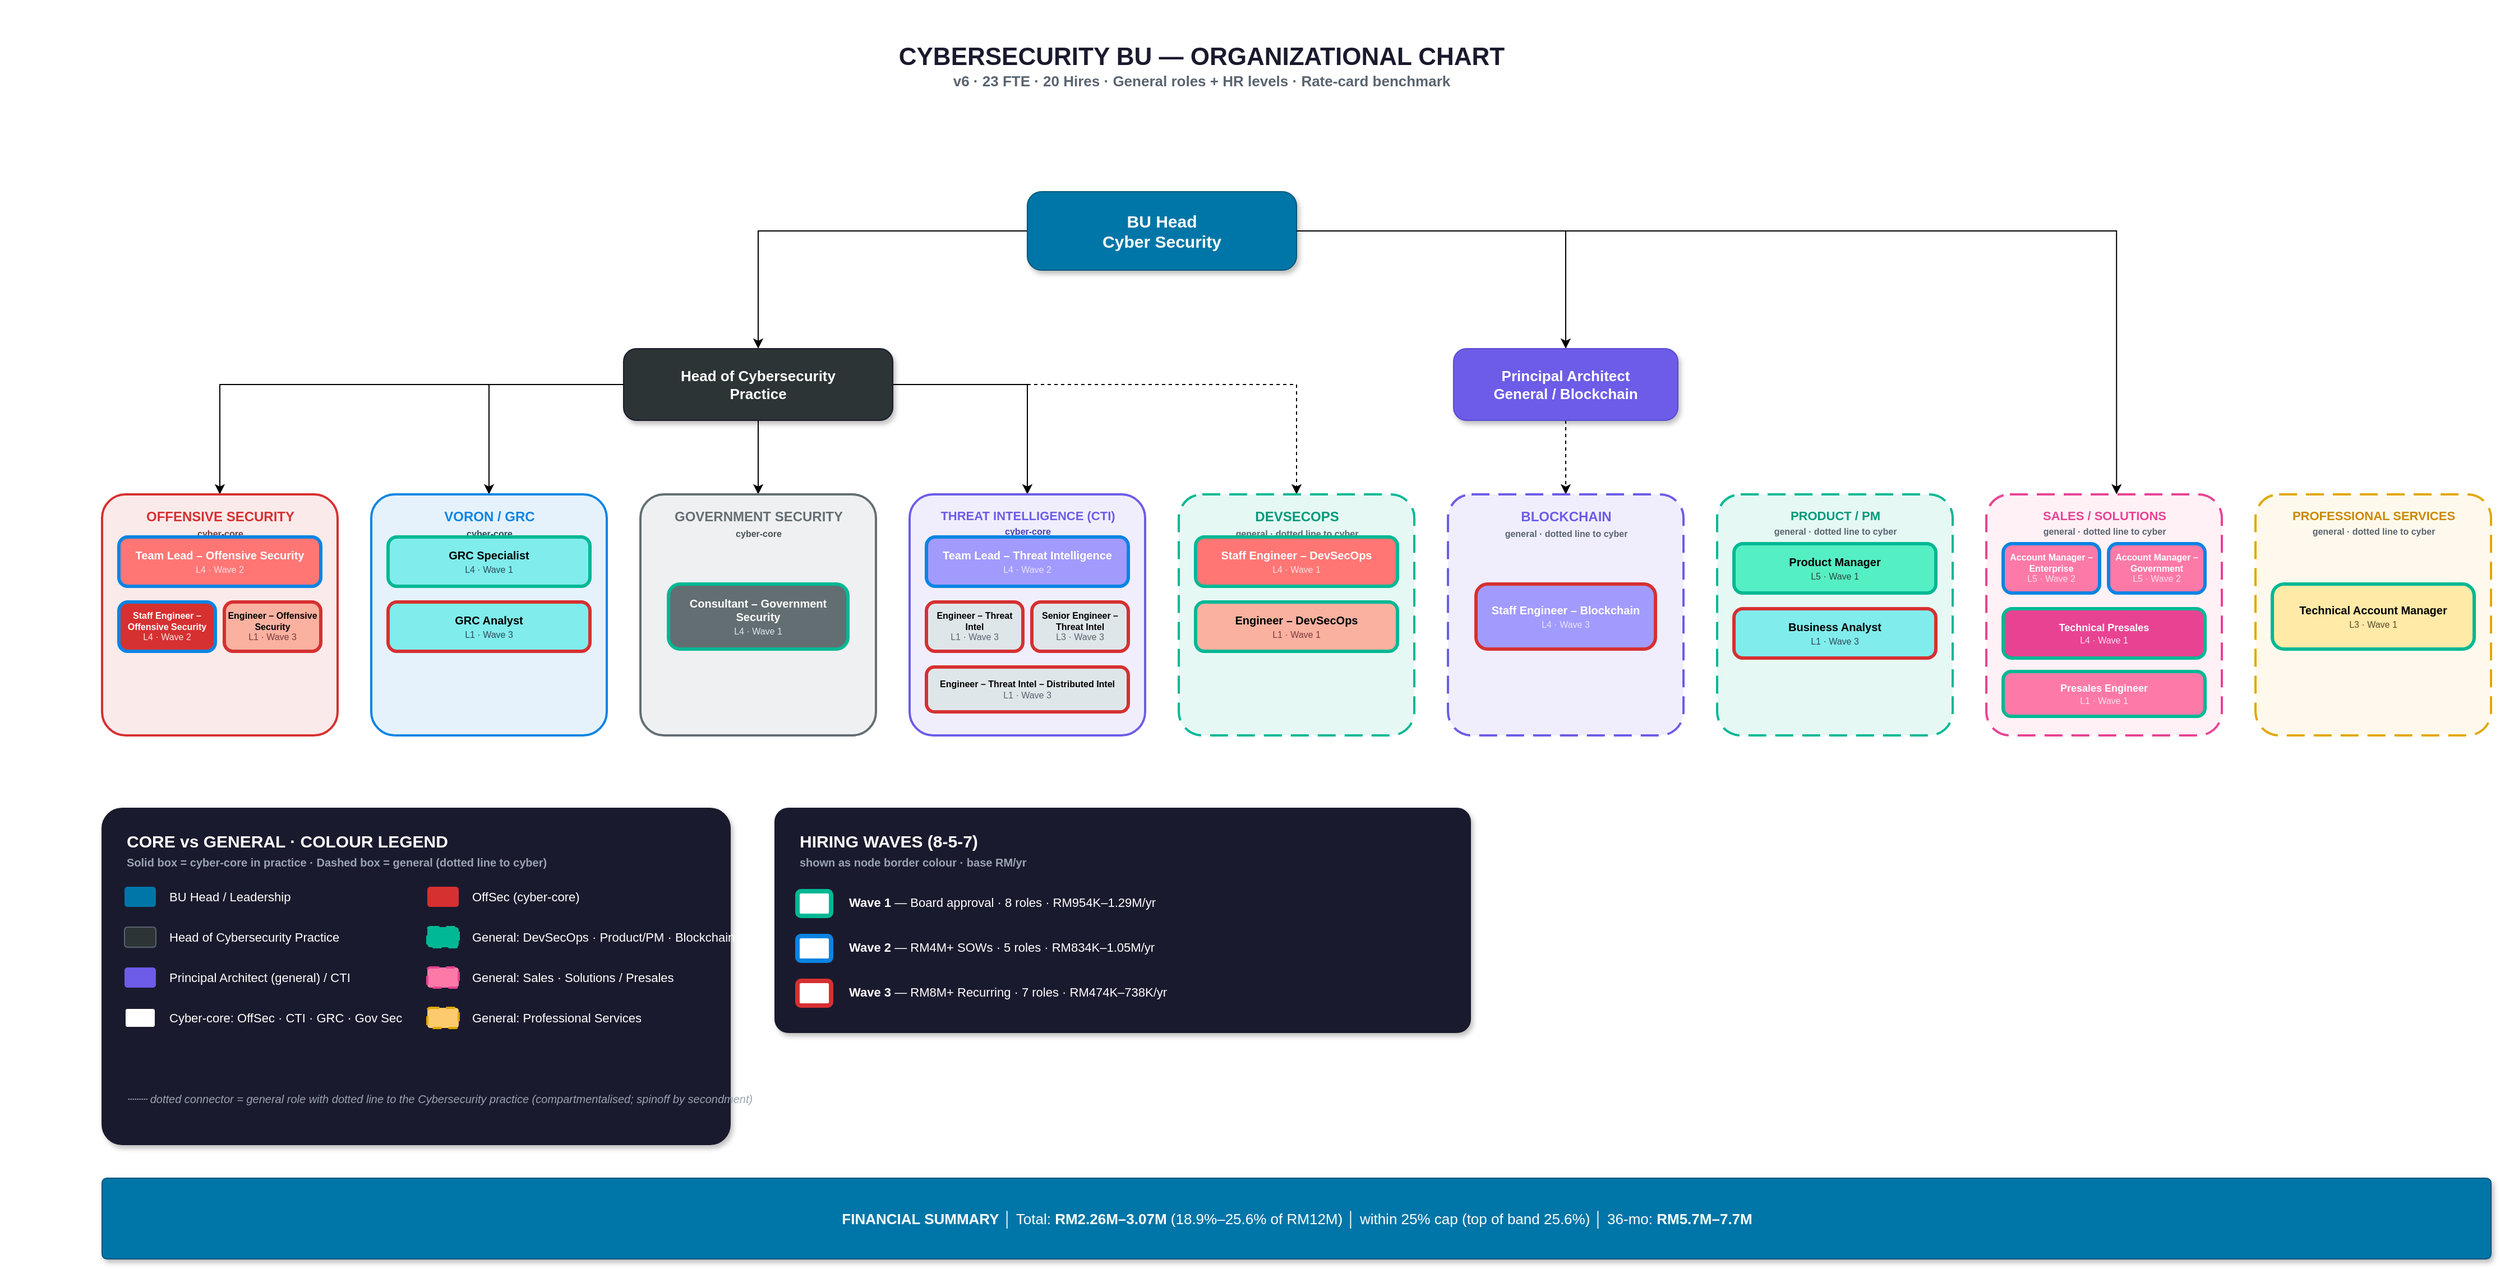
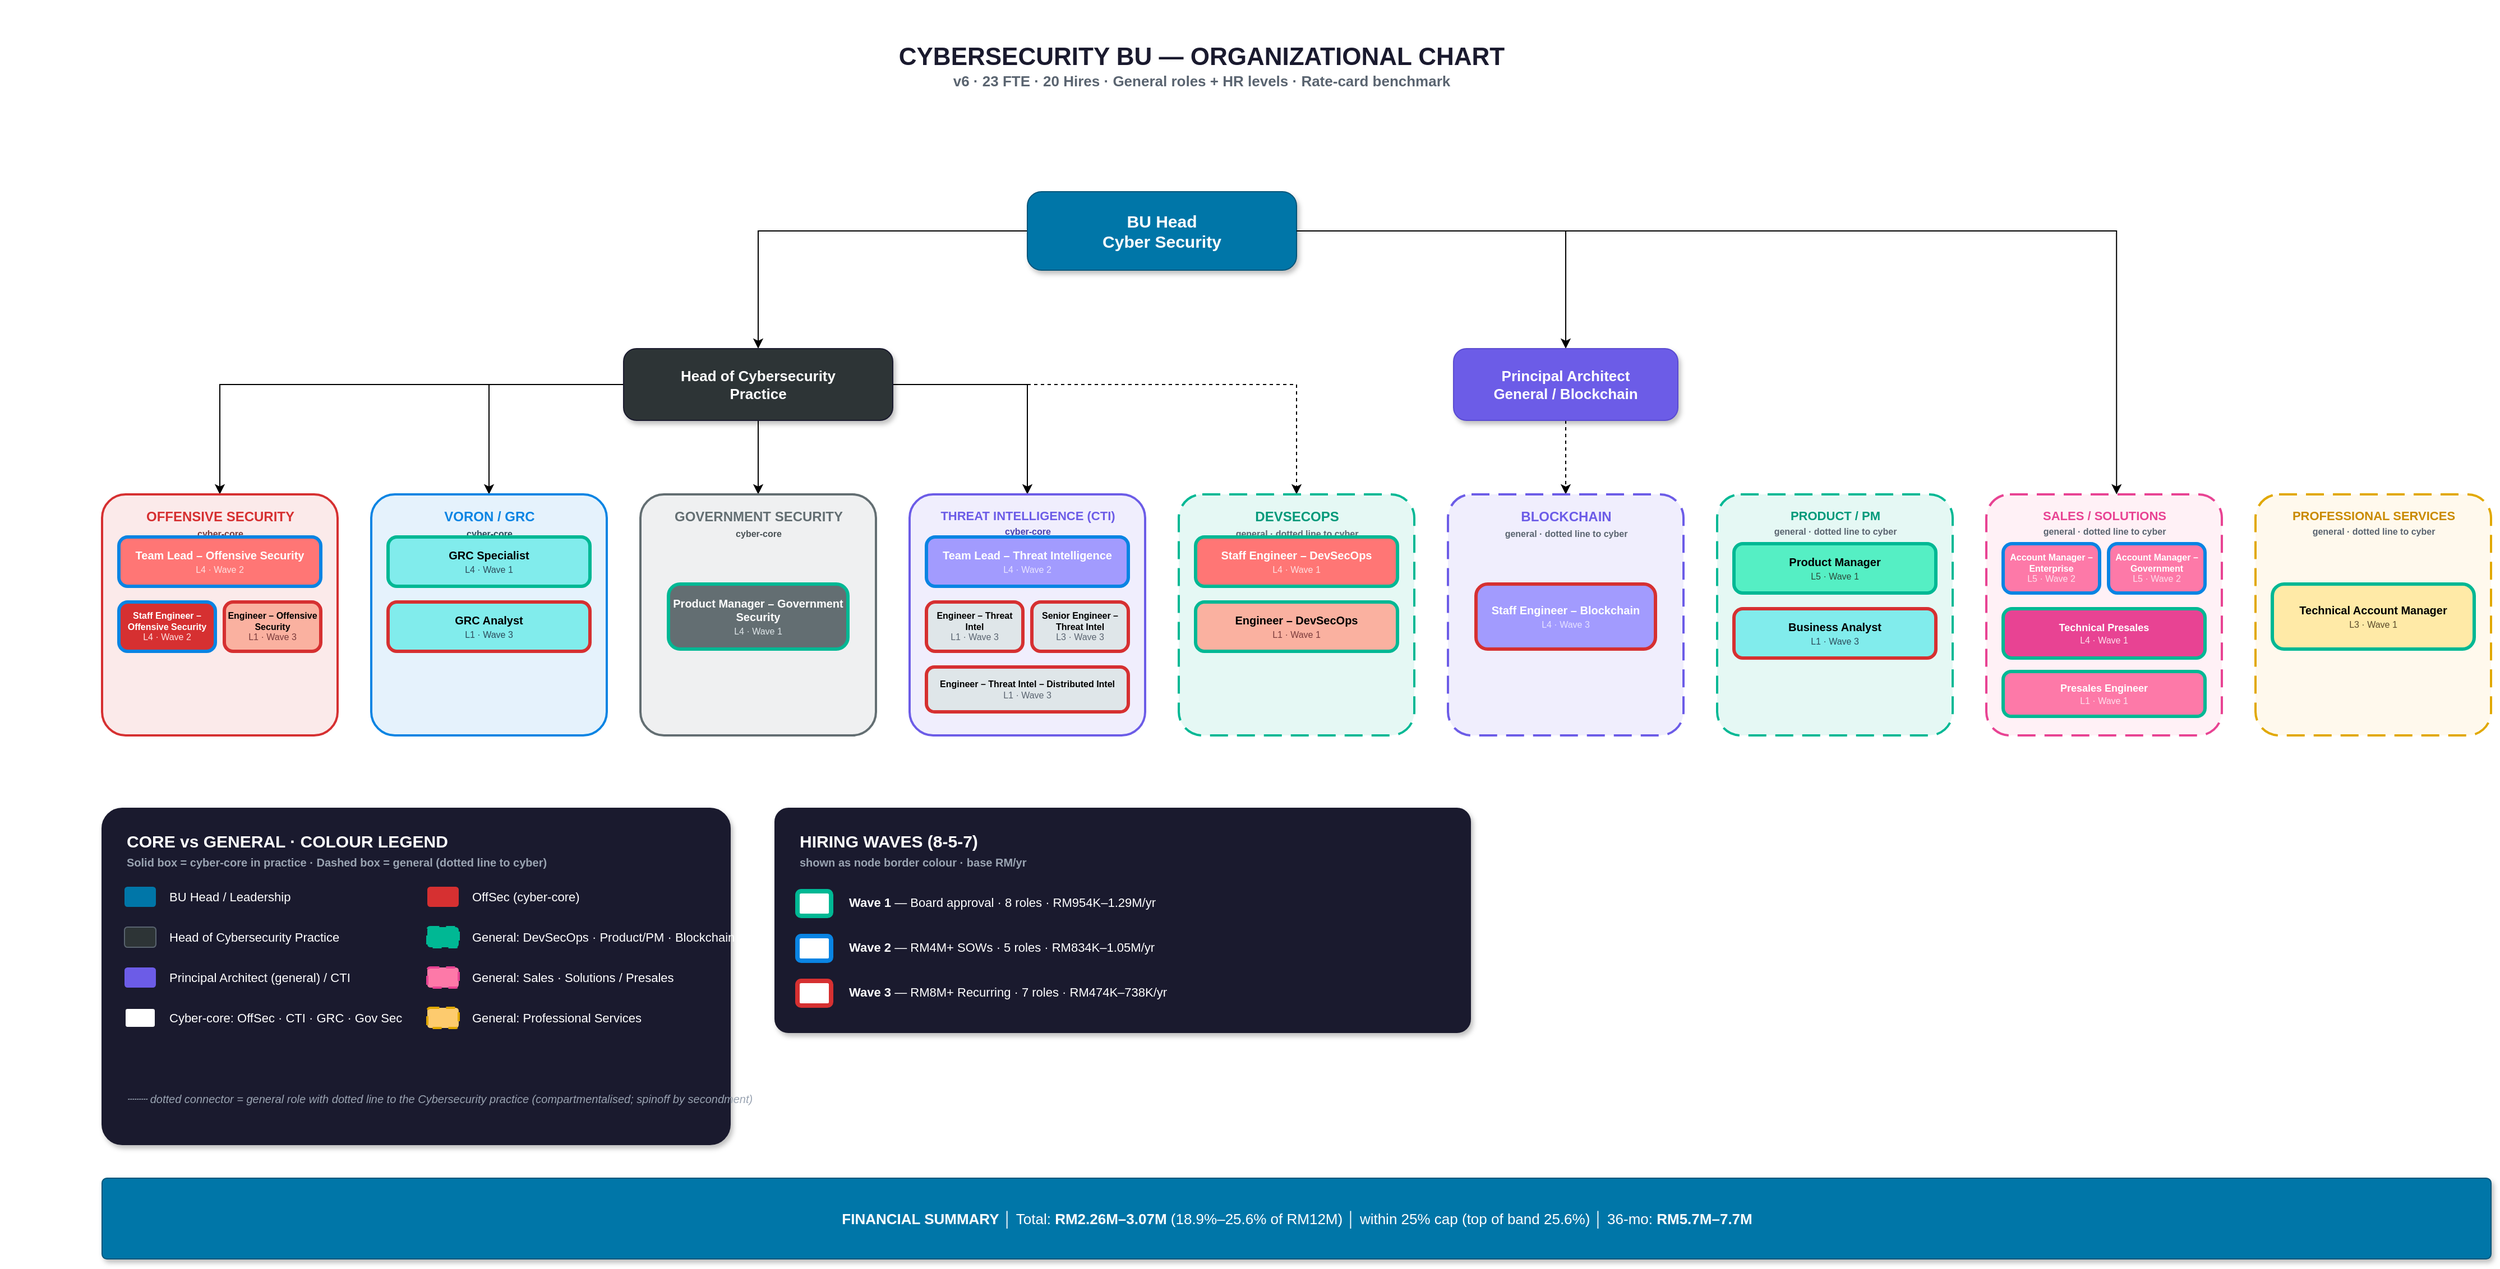
<mxfile host="app.diagrams.net" agent="5.0">
  <diagram id="CySec-BU-OrgChart" name="CySec BU Structure">
    <mxGraphModel dx="99905" dy="56303" grid="1" gridSize="10" guides="1" tooltips="1" connect="1" arrows="1" fold="1" page="1" pageScale="1" pageWidth="2350" pageHeight="1180" math="0" shadow="0">
      <root>
        <mxCell id="0" />
        <mxCell id="1" parent="0" />
        <mxCell id="title" parent="1" style="text;html=1;align=center;verticalAlign=middle;resizable=0;points=[];strokeColor=none;fillColor=none;fontSize=14;fontStyle=1;fontColor=#1a1a2e;" value="&lt;b style=&quot;font-size:22px;&quot;&gt;CYBERSECURITY BU — ORGANIZATIONAL CHART&lt;/b&gt;&lt;br&gt;&lt;font style=&quot;font-size:13px;color:#5a6470;&quot;&gt;v6  ·  23 FTE  ·  20 Hires  ·  General roles + HR levels  ·  Rate-card benchmark&lt;/font&gt;" vertex="1">
          <mxGeometry height="56" width="720" x="700" y="20" as="geometry" />
        </mxCell>
        <mxCell id="Z_cIRzkNHb6JCueCwrIl-6" edge="1" parent="1" source="bu_head" style="edgeStyle=orthogonalEdgeStyle;rounded=0;orthogonalLoop=1;jettySize=auto;html=1;" target="prin_cyber">
          <mxGeometry relative="1" as="geometry" />
        </mxCell>
        <mxCell id="Z_cIRzkNHb6JCueCwrIl-7" edge="1" parent="1" source="bu_head" style="edgeStyle=orthogonalEdgeStyle;rounded=0;orthogonalLoop=1;jettySize=auto;html=1;entryX=0.5;entryY=0;entryDx=0;entryDy=0;" target="prin_blockchain">
          <mxGeometry relative="1" as="geometry" />
        </mxCell>
        <mxCell id="bu_head" parent="1" style="rounded=1;whiteSpace=wrap;html=1;fillColor=#0076a8;fontColor=#ffffff;strokeColor=#00557a;fontSize=15;fontStyle=1;arcSize=18;shadow=1;" value="&lt;b&gt;BU Head&lt;/b&gt;&lt;br&gt;Cyber Security" vertex="1">
          <mxGeometry height="70" width="240" x="905" y="160" as="geometry" />
        </mxCell>
        <mxCell id="Z_cIRzkNHb6JCueCwrIl-3" edge="1" parent="1" source="prin_cyber" style="edgeStyle=orthogonalEdgeStyle;rounded=0;orthogonalLoop=1;jettySize=auto;html=1;exitX=0.5;exitY=1;exitDx=0;exitDy=0;entryX=0.5;entryY=0;entryDx=0;entryDy=0;" target="govsec_box">
          <mxGeometry relative="1" as="geometry" />
        </mxCell>
        <mxCell id="Z_cIRzkNHb6JCueCwrIl-4" edge="1" parent="1" source="prin_cyber" style="edgeStyle=orthogonalEdgeStyle;rounded=0;orthogonalLoop=1;jettySize=auto;html=1;entryX=0.5;entryY=0;entryDx=0;entryDy=0;dashed=1;" target="devsecops_box">
          <mxGeometry relative="1" as="geometry" />
        </mxCell>
        <mxCell id="Z_cIRzkNHb6JCueCwrIl-8" edge="1" parent="1" source="prin_cyber" style="edgeStyle=orthogonalEdgeStyle;rounded=0;orthogonalLoop=1;jettySize=auto;html=1;entryX=0.5;entryY=0;entryDx=0;entryDy=0;" target="cti_box">
          <mxGeometry relative="1" as="geometry" />
        </mxCell>
        <mxCell id="Z_cIRzkNHb6JCueCwrIl-9" edge="1" parent="1" source="prin_cyber" style="edgeStyle=orthogonalEdgeStyle;rounded=0;orthogonalLoop=1;jettySize=auto;html=1;entryX=0.5;entryY=0;entryDx=0;entryDy=0;" target="offsec_box">
          <mxGeometry relative="1" as="geometry" />
        </mxCell>
        <mxCell id="Z_cIRzkNHb6JCueCwrIl-10" edge="1" parent="1" source="prin_cyber" style="edgeStyle=orthogonalEdgeStyle;rounded=0;orthogonalLoop=1;jettySize=auto;html=1;entryX=0.5;entryY=0;entryDx=0;entryDy=0;" target="voron_box">
          <mxGeometry relative="1" as="geometry" />
        </mxCell>
        <mxCell id="prin_cyber" parent="1" style="rounded=1;whiteSpace=wrap;html=1;fillColor=#2d3436;fontColor=#ffffff;strokeColor=#1a1a2e;fontSize=13;fontStyle=1;arcSize=18;shadow=1;" value="&lt;b&gt;Head of Cybersecurity&lt;/b&gt;&lt;br&gt;Practice" vertex="1">
          <mxGeometry height="64" width="240" x="545" y="300" as="geometry" />
        </mxCell>
        <mxCell id="Z_cIRzkNHb6JCueCwrIl-11" edge="1" parent="1" source="prin_blockchain" style="edgeStyle=orthogonalEdgeStyle;rounded=0;orthogonalLoop=1;jettySize=auto;html=1;entryX=0.5;entryY=0;entryDx=0;entryDy=0;dashed=1;" target="blockchain_box">
          <mxGeometry relative="1" as="geometry" />
        </mxCell>
        <mxCell id="prin_blockchain" parent="1" style="rounded=1;whiteSpace=wrap;html=1;fillColor=#6c5ce7;fontColor=#ffffff;strokeColor=#5a4bd1;fontSize=13;fontStyle=1;arcSize=18;shadow=1;" value="&lt;b&gt;Principal Architect&lt;/b&gt;&lt;br&gt;General / Blockchain" vertex="1">
          <mxGeometry height="64" width="200" x="1285" y="300" as="geometry" />
        </mxCell>
        <mxCell id="line_bu_prin1" edge="1" parent="1" source="bu_head" style="edgeStyle=orthogonalEdgeStyle;rounded=1;html=1;exitX=0.5;exitY=1;entryX=0.5;entryY=0;strokeColor=#0076a8;strokeWidth=2.5;endArrow=block;endFill=1;endSize=8;" target="prin_cyber" />
        <mxCell id="line_bu_prin2" edge="1" parent="1" source="bu_head" style="edgeStyle=orthogonalEdgeStyle;rounded=1;html=1;exitX=0.5;exitY=1;entryX=0.5;entryY=0;strokeColor=#0076a8;strokeWidth=2.5;endArrow=block;endFill=1;endSize=8;" target="prin_blockchain" />
        <mxCell id="offsec_box" parent="1" style="rounded=1;whiteSpace=wrap;html=1;fillColor=#d63031;fillOpacity=10;strokeColor=#d63031;strokeWidth=2;arcSize=10;" value="" vertex="1">
          <mxGeometry height="215" width="210" x="80" y="430" as="geometry" />
        </mxCell>
        <mxCell id="offsec_label" parent="1" style="text;html=1;align=center;verticalAlign=top;resizable=0;points=[];strokeColor=none;fillColor=none;fontSize=12;fontStyle=1;fontColor=#d63031;" value="&lt;b&gt;OFFENSIVE SECURITY&lt;/b&gt;&lt;br&gt;&lt;font style=&quot;font-size:8px;color:#7a3b3b;&quot;&gt;cyber-core&lt;/font&gt;" vertex="1">
          <mxGeometry height="28" width="190" x="90" y="436" as="geometry" />
        </mxCell>
        <mxCell id="lead_researcher" parent="1" style="rounded=1;whiteSpace=wrap;html=1;fillColor=#ff7675;fontColor=#ffffff;strokeColor=#0984e3;strokeWidth=3;fontSize=10;arcSize=18;" value="&lt;b&gt;Team Lead – Offensive Security&lt;/b&gt;&lt;br&gt;&lt;font style=&quot;font-size:8px;color:#fde0e0;&quot;&gt;L4 · Wave 2&lt;/font&gt;" vertex="1">
          <mxGeometry height="44" width="180" x="95" y="468" as="geometry" />
        </mxCell>
        <mxCell id="red_team" parent="1" style="rounded=1;whiteSpace=wrap;html=1;fillColor=#d63031;fontColor=#ffffff;strokeColor=#0984e3;strokeWidth=3;fontSize=8;arcSize=18;" value="&lt;b&gt;Staff Engineer – Offensive Security&lt;/b&gt;&lt;br&gt;&lt;font style=&quot;font-size:8px;color:#fde0e0;&quot;&gt;L4 · Wave 2&lt;/font&gt;" vertex="1">
          <mxGeometry height="44" width="86" x="95" y="526" as="geometry" />
        </mxCell>
        <mxCell id="jr_researcher" parent="1" style="rounded=1;whiteSpace=wrap;html=1;fillColor=#fab1a0;fontColor=#000000;strokeColor=#d63031;strokeWidth=3;fontSize=8;arcSize=18;" value="&lt;b&gt;Engineer – Offensive Security&lt;/b&gt;&lt;br&gt;&lt;font style=&quot;font-size:8px;color:#7a3b3b;&quot;&gt;L1 · Wave 3&lt;/font&gt;" vertex="1">
          <mxGeometry height="44" width="86" x="189" y="526" as="geometry" />
        </mxCell>
        <mxCell id="line_lr_rt" edge="1" parent="1" source="lead_researcher" style="edgeStyle=orthogonalEdgeStyle;rounded=1;html=1;exitX=0.5;exitY=1;entryX=0.5;entryY=0;strokeColor=#d63031;strokeWidth=1.5;endArrow=none;" target="red_team" />
        <mxCell id="line_lr_jr" edge="1" parent="1" source="lead_researcher" style="edgeStyle=orthogonalEdgeStyle;rounded=1;html=1;exitX=0.5;exitY=1;entryX=0.5;entryY=0;strokeColor=#d63031;strokeWidth=1.5;endArrow=none;" target="jr_researcher" />
        <mxCell id="voron_box" parent="1" style="rounded=1;whiteSpace=wrap;html=1;fillColor=#0984e3;fillOpacity=10;strokeColor=#0984e3;strokeWidth=2;arcSize=10;" value="" vertex="1">
          <mxGeometry height="215" width="210" x="320" y="430" as="geometry" />
        </mxCell>
        <mxCell id="voron_label" parent="1" style="text;html=1;align=center;verticalAlign=top;resizable=0;points=[];strokeColor=none;fillColor=none;fontSize=12;fontStyle=1;fontColor=#0984e3;" value="&lt;b&gt;VORON / GRC&lt;/b&gt;&lt;br&gt;&lt;font style=&quot;font-size:8px;color:#2c4a5a;&quot;&gt;cyber-core&lt;/font&gt;" vertex="1">
          <mxGeometry height="28" width="190" x="330" y="436" as="geometry" />
        </mxCell>
        <mxCell id="sr_consult" parent="1" style="rounded=1;whiteSpace=wrap;html=1;fillColor=#81ecec;fontColor=#000000;strokeColor=#00b894;strokeWidth=3;fontSize=10;arcSize=18;" value="&lt;b&gt;GRC Specialist&lt;/b&gt;&lt;br&gt;&lt;font style=&quot;font-size:8px;color:#2c4a5a;&quot;&gt;L4 · Wave 1&lt;/font&gt;" vertex="1">
          <mxGeometry height="44" width="180" x="335" y="468" as="geometry" />
        </mxCell>
        <mxCell id="jr_consult" parent="1" style="rounded=1;whiteSpace=wrap;html=1;fillColor=#81ecec;fontColor=#000000;strokeColor=#d63031;strokeWidth=3;fontSize=10;arcSize=18;" value="&lt;b&gt;GRC Analyst&lt;/b&gt;&lt;br&gt;&lt;font style=&quot;font-size:8px;color:#2c4a5a;&quot;&gt;L1 · Wave 3&lt;/font&gt;" vertex="1">
          <mxGeometry height="44" width="180" x="335" y="526" as="geometry" />
        </mxCell>
        <mxCell id="line_src_jrc" edge="1" parent="1" source="sr_consult" style="edgeStyle=orthogonalEdgeStyle;rounded=1;html=1;exitX=0.5;exitY=1;entryX=0.5;entryY=0;strokeColor=#0984e3;strokeWidth=1.5;endArrow=none;" target="jr_consult" />
        <mxCell id="govsec_box" parent="1" style="rounded=1;whiteSpace=wrap;html=1;fillColor=#636e72;fillOpacity=10;strokeColor=#636e72;strokeWidth=2;arcSize=10;" value="" vertex="1">
          <mxGeometry height="215" width="210" x="560" y="430" as="geometry" />
        </mxCell>
        <mxCell id="govsec_label" parent="1" style="text;html=1;align=center;verticalAlign=top;resizable=0;points=[];strokeColor=none;fillColor=none;fontSize=12;fontStyle=1;fontColor=#636e72;" value="&lt;b&gt;GOVERNMENT SECURITY&lt;/b&gt;&lt;br&gt;&lt;font style=&quot;font-size:8px;color:#4a5256;&quot;&gt;cyber-core&lt;/font&gt;" vertex="1">
          <mxGeometry height="28" width="190" x="570" y="436" as="geometry" />
        </mxCell>
-         <mxCell id="govsec_pm" parent="1" style="rounded=1;whiteSpace=wrap;html=1;fillColor=#636e72;fontColor=#ffffff;strokeColor=#00b894;strokeWidth=3;fontSize=10;arcSize=18;" value="&lt;b&gt;Consultant – Government Security&lt;/b&gt;&lt;br&gt;&lt;font style=&quot;font-size:8px;color:#dfe6e9;&quot;&gt;L4 · Wave 1&lt;/font&gt;" vertex="1">
+         <mxCell id="govsec_pm" parent="1" style="rounded=1;whiteSpace=wrap;html=1;fillColor=#636e72;fontColor=#ffffff;strokeColor=#00b894;strokeWidth=3;fontSize=10;arcSize=18;" value="&lt;b&gt;Product Manager – Government Security&lt;/b&gt;&lt;br&gt;&lt;font style=&quot;font-size:8px;color:#dfe6e9;&quot;&gt;L4 · Wave 1&lt;/font&gt;" vertex="1">
          <mxGeometry height="58" width="160" x="585" y="510" as="geometry" />
        </mxCell>
        <mxCell id="cti_box" parent="1" style="rounded=1;whiteSpace=wrap;html=1;fillColor=#6c5ce7;fillOpacity=10;strokeColor=#6c5ce7;strokeWidth=2;arcSize=10;" value="" vertex="1">
          <mxGeometry height="215" width="210" x="800" y="430" as="geometry" />
        </mxCell>
        <mxCell id="cti_label" parent="1" style="text;html=1;align=center;verticalAlign=top;resizable=0;points=[];strokeColor=none;fillColor=none;fontSize=11;fontStyle=1;fontColor=#6c5ce7;" value="&lt;b&gt;THREAT INTELLIGENCE (CTI)&lt;/b&gt;&lt;br&gt;&lt;font style=&quot;font-size:8px;color:#4a3fb0;&quot;&gt;cyber-core&lt;/font&gt;" vertex="1">
          <mxGeometry height="28" width="200" x="805" y="436" as="geometry" />
        </mxCell>
        <mxCell id="cti_lead" parent="1" style="rounded=1;whiteSpace=wrap;html=1;fillColor=#a29bfe;fontColor=#ffffff;strokeColor=#0984e3;strokeWidth=3;fontSize=10;arcSize=18;" value="&lt;b&gt;Team Lead – Threat Intelligence&lt;/b&gt;&lt;br&gt;&lt;font style=&quot;font-size:8px;color:#e8e4ff;&quot;&gt;L4 · Wave 2&lt;/font&gt;" vertex="1">
          <mxGeometry height="44" width="180" x="815" y="468" as="geometry" />
        </mxCell>
        <mxCell id="cti_analyst" parent="1" style="rounded=1;whiteSpace=wrap;html=1;fillColor=#dfe6e9;fontColor=#000000;strokeColor=#d63031;strokeWidth=3;fontSize=8;arcSize=18;" value="&lt;b&gt;Engineer – Threat Intel&lt;/b&gt;&lt;br&gt;&lt;font style=&quot;font-size:8px;color:#5a6470;&quot;&gt;L1 · Wave 3&lt;/font&gt;" vertex="1">
          <mxGeometry height="44" width="86" x="815" y="526" as="geometry" />
        </mxCell>
        <mxCell id="cti_research" parent="1" style="rounded=1;whiteSpace=wrap;html=1;fillColor=#dfe6e9;fontColor=#000000;strokeColor=#d63031;strokeWidth=3;fontSize=8;arcSize=18;" value="&lt;b&gt;Senior Engineer – Threat Intel&lt;/b&gt;&lt;br&gt;&lt;font style=&quot;font-size:8px;color:#5a6470;&quot;&gt;L3 · Wave 3&lt;/font&gt;" vertex="1">
          <mxGeometry height="44" width="86" x="909" y="526" as="geometry" />
        </mxCell>
        <mxCell id="cti_dist_intel" parent="1" style="rounded=1;whiteSpace=wrap;html=1;fillColor=#dfe6e9;fontColor=#000000;strokeColor=#d63031;strokeWidth=3;fontSize=8;arcSize=18;" value="&lt;b&gt;Engineer – Threat Intel – Distributed Intel&lt;/b&gt;&lt;br&gt;&lt;font style=&quot;font-size:8px;color:#5a6470;&quot;&gt;L1 · Wave 3&lt;/font&gt;" vertex="1">
          <mxGeometry height="40" width="180" x="815" y="584" as="geometry" />
        </mxCell>
        <mxCell id="line_ctil_an" edge="1" parent="1" source="cti_lead" style="edgeStyle=orthogonalEdgeStyle;rounded=1;html=1;exitX=0.5;exitY=1;entryX=0.5;entryY=0;strokeColor=#6c5ce7;strokeWidth=1.5;endArrow=none;" target="cti_analyst" />
        <mxCell id="line_ctil_re" edge="1" parent="1" source="cti_lead" style="edgeStyle=orthogonalEdgeStyle;rounded=1;html=1;exitX=0.5;exitY=1;entryX=0.5;entryY=0;strokeColor=#6c5ce7;strokeWidth=1.5;endArrow=none;" target="cti_research" />
        <mxCell id="line_ctil_di" edge="1" parent="1" source="cti_lead" style="edgeStyle=orthogonalEdgeStyle;rounded=1;html=1;exitX=0.5;exitY=1;entryX=0.25;entryY=0;strokeColor=#6c5ce7;strokeWidth=1.5;endArrow=none;" target="cti_dist_intel" />
        <mxCell id="devsecops_box" parent="1" style="rounded=1;whiteSpace=wrap;html=1;fillColor=#00b894;fillOpacity=10;strokeColor=#00b894;strokeWidth=2;arcSize=10;dashed=1;dashPattern=8 4;" value="" vertex="1">
          <mxGeometry height="215" width="210" x="1040" y="430" as="geometry" />
        </mxCell>
        <mxCell id="devsecops_label" parent="1" style="text;html=1;align=center;verticalAlign=top;resizable=0;points=[];strokeColor=none;fillColor=none;fontSize=12;fontStyle=1;fontColor=#00997a;" value="&lt;b&gt;DEVSECOPS&lt;/b&gt;&lt;br&gt;&lt;font style=&quot;font-size:8px;color:#5a6470;&quot;&gt;general · dotted line to cyber&lt;/font&gt;" vertex="1">
          <mxGeometry height="28" width="190" x="1050" y="436" as="geometry" />
        </mxCell>
        <mxCell id="devsecops_sr" parent="1" style="rounded=1;whiteSpace=wrap;html=1;fillColor=#ff7675;fontColor=#ffffff;strokeColor=#00b894;strokeWidth=3;fontSize=10;arcSize=18;" value="&lt;b&gt;Staff Engineer – DevSecOps&lt;/b&gt;&lt;br&gt;&lt;font style=&quot;font-size:8px;color:#fde0e0;&quot;&gt;L4 · Wave 1&lt;/font&gt;" vertex="1">
          <mxGeometry height="44" width="180" x="1055" y="468" as="geometry" />
        </mxCell>
        <mxCell id="devsecops_jr" parent="1" style="rounded=1;whiteSpace=wrap;html=1;fillColor=#fab1a0;fontColor=#000000;strokeColor=#00b894;strokeWidth=3;fontSize=10;arcSize=18;" value="&lt;b&gt;Engineer – DevSecOps&lt;/b&gt;&lt;br&gt;&lt;font style=&quot;font-size:8px;color:#7a3b3b;&quot;&gt;L1 · Wave 1&lt;/font&gt;" vertex="1">
          <mxGeometry height="44" width="180" x="1055" y="526" as="geometry" />
        </mxCell>
        <mxCell id="line_dso_sr_jr" edge="1" parent="1" source="devsecops_sr" style="edgeStyle=orthogonalEdgeStyle;rounded=1;html=1;exitX=0.5;exitY=1;entryX=0.5;entryY=0;strokeColor=#00b894;strokeWidth=1.5;endArrow=none;" target="devsecops_jr" />
        <mxCell id="blockchain_box" parent="1" style="rounded=1;whiteSpace=wrap;html=1;fillColor=#6c5ce7;fillOpacity=10;strokeColor=#6c5ce7;strokeWidth=2;arcSize=10;dashed=1;dashPattern=8 4;" value="" vertex="1">
          <mxGeometry height="215" width="210" x="1280" y="430" as="geometry" />
        </mxCell>
        <mxCell id="blockchain_label" parent="1" style="text;html=1;align=center;verticalAlign=top;resizable=0;points=[];strokeColor=none;fillColor=none;fontSize=12;fontStyle=1;fontColor=#6c5ce7;" value="&lt;b&gt;BLOCKCHAIN&lt;/b&gt;&lt;br&gt;&lt;font style=&quot;font-size:8px;color:#5a6470;&quot;&gt;general · dotted line to cyber&lt;/font&gt;" vertex="1">
          <mxGeometry height="28" width="190" x="1290" y="436" as="geometry" />
        </mxCell>
        <mxCell id="sr_dev" parent="1" style="rounded=1;whiteSpace=wrap;html=1;fillColor=#a29bfe;fontColor=#ffffff;strokeColor=#d63031;strokeWidth=3;fontSize=10;arcSize=18;" value="&lt;b&gt;Staff Engineer – Blockchain&lt;/b&gt;&lt;br&gt;&lt;font style=&quot;font-size:8px;color:#e8e4ff;&quot;&gt;L4 · Wave 3&lt;/font&gt;" vertex="1">
          <mxGeometry height="58" width="160" x="1305" y="510" as="geometry" />
        </mxCell>
        <mxCell id="pm_team_box" parent="1" style="rounded=1;whiteSpace=wrap;html=1;fillColor=#00b894;fillOpacity=10;strokeColor=#00b894;strokeWidth=2;arcSize=10;dashed=1;dashPattern=8 4;" value="" vertex="1">
          <mxGeometry height="215" width="210" x="1520" y="430" as="geometry" />
        </mxCell>
        <mxCell id="pm_team_label" parent="1" style="text;html=1;align=center;verticalAlign=top;resizable=0;points=[];strokeColor=none;fillColor=none;fontSize=11;fontStyle=1;fontColor=#00997a;" value="&lt;b&gt;PRODUCT / PM&lt;/b&gt;&lt;br&gt;&lt;font style=&quot;font-size:8px;color:#5a6470;&quot;&gt;general · dotted line to cyber&lt;/font&gt;" vertex="1">
          <mxGeometry height="28" width="200" x="1525" y="436" as="geometry" />
        </mxCell>
        <mxCell id="product_manager" parent="1" style="rounded=1;whiteSpace=wrap;html=1;fillColor=#55efc4;fontColor=#000000;strokeColor=#00b894;strokeWidth=3;fontSize=10;arcSize=18;" value="&lt;b&gt;Product Manager&lt;/b&gt;&lt;br&gt;&lt;font style=&quot;font-size:8px;color:#2c4a3a;&quot;&gt;L5 · Wave 1&lt;/font&gt;" vertex="1">
          <mxGeometry height="44" width="180" x="1535" y="474" as="geometry" />
        </mxCell>
        <mxCell id="ba" parent="1" style="rounded=1;whiteSpace=wrap;html=1;fillColor=#81ecec;fontColor=#000000;strokeColor=#d63031;strokeWidth=3;fontSize=10;arcSize=18;" value="&lt;b&gt;Business Analyst&lt;/b&gt;&lt;br&gt;&lt;font style=&quot;font-size:8px;color:#2c4a5a;&quot;&gt;L1 · Wave 3&lt;/font&gt;" vertex="1">
          <mxGeometry height="44" width="180" x="1535" y="532" as="geometry" />
        </mxCell>
        <mxCell id="line_pm_ba" edge="1" parent="1" source="product_manager" style="edgeStyle=orthogonalEdgeStyle;rounded=1;html=1;exitX=0.5;exitY=1;entryX=0.5;entryY=0;strokeColor=#00b894;strokeWidth=1.5;endArrow=none;" target="ba" />
        <mxCell id="sales_box" parent="1" style="rounded=1;whiteSpace=wrap;html=1;fillColor=#fd79a8;fillOpacity=10;strokeColor=#e84393;strokeWidth=2;arcSize=10;dashed=1;dashPattern=8 4;" value="" vertex="1">
          <mxGeometry height="215" width="210" x="1760" y="430" as="geometry" />
        </mxCell>
        <mxCell id="sales_label" parent="1" style="text;html=1;align=center;verticalAlign=top;resizable=0;points=[];strokeColor=none;fillColor=none;fontSize=11;fontStyle=1;fontColor=#e84393;" value="&lt;b&gt;SALES / SOLUTIONS&lt;/b&gt;&lt;br&gt;&lt;font style=&quot;font-size:8px;color:#5a6470;&quot;&gt;general · dotted line to cyber&lt;/font&gt;" vertex="1">
          <mxGeometry height="28" width="200" x="1765" y="436" as="geometry" />
        </mxCell>
        <mxCell id="sales_spec1" parent="1" style="rounded=1;whiteSpace=wrap;html=1;fillColor=#fd79a8;fontColor=#ffffff;strokeColor=#0984e3;strokeWidth=3;fontSize=8;arcSize=18;" value="&lt;b&gt;Account Manager – Enterprise&lt;/b&gt;&lt;br&gt;&lt;font style=&quot;font-size:8px;color:#fde0ec;&quot;&gt;L5 · Wave 2&lt;/font&gt;" vertex="1">
          <mxGeometry height="44" width="86" x="1775" y="474" as="geometry" />
        </mxCell>
        <mxCell id="sales_spec2" parent="1" style="rounded=1;whiteSpace=wrap;html=1;fillColor=#fd79a8;fontColor=#ffffff;strokeColor=#0984e3;strokeWidth=3;fontSize=8;arcSize=18;" value="&lt;b&gt;Account Manager – Government&lt;/b&gt;&lt;br&gt;&lt;font style=&quot;font-size:8px;color:#fde0ec;&quot;&gt;L5 · Wave 2&lt;/font&gt;" vertex="1">
          <mxGeometry height="44" width="86" x="1869" y="474" as="geometry" />
        </mxCell>
        <mxCell id="presales_consult" parent="1" style="rounded=1;whiteSpace=wrap;html=1;fillColor=#e84393;fontColor=#ffffff;strokeColor=#00b894;strokeWidth=3;fontSize=9;arcSize=18;" value="&lt;b&gt;Technical Presales&lt;/b&gt;&lt;br&gt;&lt;font style=&quot;font-size:8px;color:#fde0ec;&quot;&gt;L4 · Wave 1&lt;/font&gt;" vertex="1">
          <mxGeometry height="44" width="180" x="1775" y="532" as="geometry" />
        </mxCell>
        <mxCell id="jr_presales" parent="1" style="rounded=1;whiteSpace=wrap;html=1;fillColor=#fd79a8;fontColor=#ffffff;strokeColor=#00b894;strokeWidth=3;fontSize=9;arcSize=18;" value="&lt;b&gt;Presales Engineer&lt;/b&gt;&lt;br&gt;&lt;font style=&quot;font-size:8px;color:#fde0ec;&quot;&gt;L1 · Wave 1&lt;/font&gt;" vertex="1">
          <mxGeometry height="40" width="180" x="1775" y="588" as="geometry" />
        </mxCell>
        <mxCell id="line_pc_jrpresales" edge="1" parent="1" source="presales_consult" style="edgeStyle=orthogonalEdgeStyle;rounded=1;html=1;exitX=0.5;exitY=1;entryX=0.5;entryY=0;strokeColor=#e84393;strokeWidth=1.5;endArrow=none;" target="jr_presales" />
        <mxCell id="ps_team_box" parent="1" style="rounded=1;whiteSpace=wrap;html=1;fillColor=#fdcb6e;fillOpacity=12;strokeColor=#e1a800;strokeWidth=2;arcSize=10;dashed=1;dashPattern=8 4;" value="" vertex="1">
          <mxGeometry height="215" width="210" x="2000" y="430" as="geometry" />
        </mxCell>
        <mxCell id="ps_team_label" parent="1" style="text;html=1;align=center;verticalAlign=top;resizable=0;points=[];strokeColor=none;fillColor=none;fontSize=11;fontStyle=1;fontColor=#c98a00;" value="&lt;b&gt;PROFESSIONAL SERVICES&lt;/b&gt;&lt;br&gt;&lt;font style=&quot;font-size:8px;color:#5a6470;&quot;&gt;general · dotted line to cyber&lt;/font&gt;" vertex="1">
          <mxGeometry height="28" width="200" x="2005" y="436" as="geometry" />
        </mxCell>
        <mxCell id="sr_ps" parent="1" style="rounded=1;whiteSpace=wrap;html=1;fillColor=#ffeaa7;fontColor=#000000;strokeColor=#00b894;strokeWidth=3;fontSize=10;arcSize=18;" value="&lt;b&gt;Technical Account Manager&lt;/b&gt;&lt;br&gt;&lt;font style=&quot;font-size:8px;color:#5a4a2a;&quot;&gt;L3 · Wave 1&lt;/font&gt;" vertex="1">
          <mxGeometry height="58" width="180" x="2015" y="510" as="geometry" />
        </mxCell>
        <mxCell id="line_pc_offsec" edge="1" parent="1" source="prin_cyber" style="edgeStyle=orthogonalEdgeStyle;rounded=1;html=1;exitX=0.5;exitY=1;entryX=0.5;entryY=0;strokeColor=#2d3436;strokeWidth=2;endArrow=block;endFill=1;endSize=7;" target="offsec_box" />
        <mxCell id="line_pc_voron" edge="1" parent="1" source="prin_cyber" style="edgeStyle=orthogonalEdgeStyle;rounded=1;html=1;exitX=0.5;exitY=1;entryX=0.5;entryY=0;strokeColor=#2d3436;strokeWidth=2;endArrow=block;endFill=1;endSize=7;" target="voron_box" />
        <mxCell id="line_pc_govsec" edge="1" parent="1" source="prin_cyber" style="edgeStyle=orthogonalEdgeStyle;rounded=1;html=1;exitX=0.5;exitY=1;entryX=0.5;entryY=0;strokeColor=#2d3436;strokeWidth=2;endArrow=block;endFill=1;endSize=7;" target="govsec_box" />
        <mxCell id="line_pc_cti" edge="1" parent="1" source="prin_cyber" style="edgeStyle=orthogonalEdgeStyle;rounded=1;html=1;exitX=0.5;exitY=1;entryX=0.5;entryY=0;strokeColor=#2d3436;strokeWidth=2;endArrow=block;endFill=1;endSize=7;" target="cti_box" />
        <mxCell id="line_pc_devsecops" edge="1" parent="1" source="prin_cyber" style="edgeStyle=orthogonalEdgeStyle;rounded=1;html=1;exitX=0.5;exitY=1;entryX=0.5;entryY=0;strokeColor=#00997a;strokeWidth=2;dashed=1;dashPattern=6 4;endArrow=open;endSize=8;" target="devsecops_box" />
        <mxCell id="line_pb_bc" edge="1" parent="1" source="prin_blockchain" style="edgeStyle=orthogonalEdgeStyle;rounded=1;html=1;exitX=0.5;exitY=1;entryX=0.5;entryY=0;strokeColor=#6c5ce7;strokeWidth=2;dashed=1;dashPattern=6 4;endArrow=open;endSize=8;" target="blockchain_box" />
        <mxCell id="line_bu_pm" edge="1" parent="1" source="bu_head" style="edgeStyle=orthogonalEdgeStyle;rounded=1;html=1;exitX=1;exitY=0.35;entryX=0.5;entryY=0;strokeColor=#0076a8;strokeWidth=2;dashed=1;dashPattern=6 4;endArrow=open;endSize=8;" target="pm_team_box" />
        <mxCell id="line_bu_sales" edge="1" parent="1" source="bu_head" style="edgeStyle=orthogonalEdgeStyle;rounded=1;html=1;exitX=1;exitY=0.5;entryX=0.5;entryY=0;strokeColor=#0076a8;strokeWidth=2;dashed=1;dashPattern=6 4;endArrow=open;endSize=8;" target="sales_box" />
        <mxCell id="line_bu_ps" edge="1" parent="1" source="bu_head" style="edgeStyle=orthogonalEdgeStyle;rounded=1;html=1;exitX=1;exitY=0.65;entryX=0.5;entryY=0;strokeColor=#0076a8;strokeWidth=2;dashed=1;dashPattern=6 4;endArrow=open;endSize=8;" target="ps_team_box" />
        <mxCell id="legend_box" parent="1" style="rounded=1;whiteSpace=wrap;html=1;fillColor=#1a1a2e;strokeColor=#1a1a2e;arcSize=6;shadow=1;" value="" vertex="1">
          <mxGeometry height="300" width="560" x="80" y="710" as="geometry" />
        </mxCell>
        <mxCell id="legend_title" parent="1" style="text;html=1;align=left;verticalAlign=top;resizable=0;points=[];strokeColor=none;fillColor=none;fontSize=14;fontStyle=1;fontColor=#ffffff;" value="&lt;b style=&quot;color:#ffffff;font-size:15px;&quot;&gt;CORE vs GENERAL · COLOUR LEGEND&lt;/b&gt;&lt;br&gt;&lt;font style=&quot;color:#9aa4b2;font-size:10px;&quot;&gt;Solid box = cyber-core in practice  ·  Dashed box = general (dotted line to cyber)&lt;/font&gt;" vertex="1">
          <mxGeometry height="40" width="520" x="100" y="724" as="geometry" />
        </mxCell>
        <mxCell id="leg1" parent="1" style="rounded=1;whiteSpace=wrap;html=1;fillColor=#0076a8;strokeColor=none;" value="" vertex="1">
          <mxGeometry height="18" width="28" x="100" y="780" as="geometry" />
        </mxCell>
        <mxCell id="leg1_text" parent="1" style="text;html=1;align=left;verticalAlign=middle;resizable=0;points=[];strokeColor=none;fillColor=none;fontSize=11;fontColor=#ffffff;" value="BU Head / Leadership" vertex="1">
          <mxGeometry height="26" width="200" x="138" y="776" as="geometry" />
        </mxCell>
        <mxCell id="leg2" parent="1" style="rounded=1;whiteSpace=wrap;html=1;fillColor=#2d3436;strokeColor=#5a6470;" value="" vertex="1">
          <mxGeometry height="18" width="28" x="100" y="816" as="geometry" />
        </mxCell>
        <mxCell id="leg2_text" parent="1" style="text;html=1;align=left;verticalAlign=middle;resizable=0;points=[];strokeColor=none;fillColor=none;fontSize=11;fontColor=#ffffff;" value="Head of Cybersecurity Practice" vertex="1">
          <mxGeometry height="26" width="220" x="138" y="812" as="geometry" />
        </mxCell>
        <mxCell id="leg3" parent="1" style="rounded=1;whiteSpace=wrap;html=1;fillColor=#6c5ce7;strokeColor=none;" value="" vertex="1">
          <mxGeometry height="18" width="28" x="100" y="852" as="geometry" />
        </mxCell>
        <mxCell id="leg3_text" parent="1" style="text;html=1;align=left;verticalAlign=middle;resizable=0;points=[];strokeColor=none;fillColor=none;fontSize=11;fontColor=#ffffff;" value="Principal Architect (general) / CTI" vertex="1">
          <mxGeometry height="26" width="220" x="138" y="848" as="geometry" />
        </mxCell>
        <mxCell id="leg4" parent="1" style="rounded=1;whiteSpace=wrap;html=1;fillColor=#ffffff;strokeColor=#1a1a2e;strokeWidth=2;" value="" vertex="1">
          <mxGeometry height="18" width="28" x="100" y="888" as="geometry" />
        </mxCell>
        <mxCell id="leg4_text" parent="1" style="text;html=1;align=left;verticalAlign=middle;resizable=0;points=[];strokeColor=none;fillColor=none;fontSize=11;fontColor=#ffffff;" value="Cyber-core: OffSec · CTI · GRC · Gov Sec" vertex="1">
          <mxGeometry height="26" width="240" x="138" y="884" as="geometry" />
        </mxCell>
        <mxCell id="leg5" parent="1" style="rounded=1;whiteSpace=wrap;html=1;fillColor=#d63031;strokeColor=none;" value="" vertex="1">
          <mxGeometry height="18" width="28" x="370" y="780" as="geometry" />
        </mxCell>
        <mxCell id="leg5_text" parent="1" style="text;html=1;align=left;verticalAlign=middle;resizable=0;points=[];strokeColor=none;fillColor=none;fontSize=11;fontColor=#ffffff;" value="OffSec (cyber-core)" vertex="1">
          <mxGeometry height="26" width="220" x="408" y="776" as="geometry" />
        </mxCell>
        <mxCell id="leg6" parent="1" style="rounded=1;whiteSpace=wrap;html=1;fillColor=#00b894;strokeColor=#00b894;strokeWidth=2;dashed=1;dashPattern=4 3;" value="" vertex="1">
          <mxGeometry height="18" width="28" x="370" y="816" as="geometry" />
        </mxCell>
        <mxCell id="leg6_text" parent="1" style="text;html=1;align=left;verticalAlign=middle;resizable=0;points=[];strokeColor=none;fillColor=none;fontSize=11;fontColor=#ffffff;" value="General: DevSecOps · Product/PM · Blockchain" vertex="1">
          <mxGeometry height="26" width="250" x="408" y="812" as="geometry" />
        </mxCell>
        <mxCell id="leg7" parent="1" style="rounded=1;whiteSpace=wrap;html=1;fillColor=#fd79a8;strokeColor=#e84393;strokeWidth=2;dashed=1;dashPattern=4 3;" value="" vertex="1">
          <mxGeometry height="18" width="28" x="370" y="852" as="geometry" />
        </mxCell>
        <mxCell id="leg7_text" parent="1" style="text;html=1;align=left;verticalAlign=middle;resizable=0;points=[];strokeColor=none;fillColor=none;fontSize=11;fontColor=#ffffff;" value="General: Sales · Solutions / Presales" vertex="1">
          <mxGeometry height="26" width="240" x="408" y="848" as="geometry" />
        </mxCell>
        <mxCell id="leg8" parent="1" style="rounded=1;whiteSpace=wrap;html=1;fillColor=#fdcb6e;strokeColor=#e1a800;strokeWidth=2;dashed=1;dashPattern=4 3;" value="" vertex="1">
          <mxGeometry height="18" width="28" x="370" y="888" as="geometry" />
        </mxCell>
        <mxCell id="leg8_text" parent="1" style="text;html=1;align=left;verticalAlign=middle;resizable=0;points=[];strokeColor=none;fillColor=none;fontSize=11;fontColor=#ffffff;" value="General: Professional Services" vertex="1">
          <mxGeometry height="26" width="240" x="408" y="884" as="geometry" />
        </mxCell>
        <mxCell id="matrix_note" parent="1" style="text;html=1;align=left;verticalAlign=middle;resizable=0;points=[];strokeColor=none;fillColor=none;fontSize=10;fontStyle=2;" value="&lt;font color=&quot;#9aa4b2&quot;&gt;┄┄┄  dotted connector = general role with dotted line to the Cybersecurity practice (compartmentalised; spinoff by secondment)&lt;/font&gt;" vertex="1">
          <mxGeometry height="22" width="520" x="100" y="958" as="geometry" />
        </mxCell>
        <mxCell id="wave_box" parent="1" style="rounded=1;whiteSpace=wrap;html=1;fillColor=#1a1a2e;strokeColor=#1a1a2e;arcSize=6;shadow=1;" value="" vertex="1">
          <mxGeometry height="200" width="620" x="680" y="710" as="geometry" />
        </mxCell>
        <mxCell id="wave_title" parent="1" style="text;html=1;align=left;verticalAlign=top;resizable=0;points=[];strokeColor=none;fillColor=none;fontSize=14;fontStyle=1;fontColor=#ffffff;" value="&lt;b style=&quot;color:#ffffff;font-size:15px;&quot;&gt;HIRING WAVES (8-5-7)&lt;/b&gt;&lt;br&gt;&lt;font style=&quot;color:#9aa4b2;font-size:10px;&quot;&gt;shown as node border colour · base RM/yr&lt;/font&gt;" vertex="1">
          <mxGeometry height="40" width="580" x="700" y="724" as="geometry" />
        </mxCell>
        <mxCell id="wave_leg1" parent="1" style="rounded=1;whiteSpace=wrap;html=1;fillColor=#ffffff;strokeColor=#00b894;strokeWidth=4;" value="" vertex="1">
          <mxGeometry height="22" width="30" x="700" y="784" as="geometry" />
        </mxCell>
        <mxCell id="wave_leg1_text" parent="1" style="text;html=1;align=left;verticalAlign=middle;resizable=0;points=[];strokeColor=none;fillColor=none;fontSize=11;fontColor=#ffffff;" value="&lt;b&gt;Wave 1&lt;/b&gt; — Board approval · 8 roles · RM954K–1.29M/yr" vertex="1">
          <mxGeometry height="28" width="540" x="744" y="780" as="geometry" />
        </mxCell>
        <mxCell id="wave_leg2" parent="1" style="rounded=1;whiteSpace=wrap;html=1;fillColor=#ffffff;strokeColor=#0984e3;strokeWidth=4;" value="" vertex="1">
          <mxGeometry height="22" width="30" x="700" y="824" as="geometry" />
        </mxCell>
        <mxCell id="wave_leg2_text" parent="1" style="text;html=1;align=left;verticalAlign=middle;resizable=0;points=[];strokeColor=none;fillColor=none;fontSize=11;fontColor=#ffffff;" value="&lt;b&gt;Wave 2&lt;/b&gt; — RM4M+ SOWs · 5 roles · RM834K–1.05M/yr" vertex="1">
          <mxGeometry height="28" width="540" x="744" y="820" as="geometry" />
        </mxCell>
        <mxCell id="wave_leg3" parent="1" style="rounded=1;whiteSpace=wrap;html=1;fillColor=#ffffff;strokeColor=#d63031;strokeWidth=4;" value="" vertex="1">
          <mxGeometry height="22" width="30" x="700" y="864" as="geometry" />
        </mxCell>
        <mxCell id="wave_leg3_text" parent="1" style="text;html=1;align=left;verticalAlign=middle;resizable=0;points=[];strokeColor=none;fillColor=none;fontSize=11;fontColor=#ffffff;" value="&lt;b&gt;Wave 3&lt;/b&gt; — RM8M+ Recurring · 7 roles · RM474K–738K/yr" vertex="1">
          <mxGeometry height="28" width="540" x="744" y="860" as="geometry" />
        </mxCell>
        <mxCell id="fin_box" parent="1" style="rounded=1;whiteSpace=wrap;html=1;fillColor=#0076a8;strokeColor=#00557a;arcSize=6;shadow=1;" value="" vertex="1">
          <mxGeometry height="72" width="2130" x="80" y="1040" as="geometry" />
        </mxCell>
        <mxCell id="fin_text" parent="1" style="text;html=1;align=center;verticalAlign=middle;resizable=0;points=[];strokeColor=none;fillColor=none;fontSize=12;" value="&lt;font color=&quot;#ffffff&quot; style=&quot;font-size:13px;&quot;&gt;&lt;b&gt;FINANCIAL SUMMARY&lt;/b&gt;   │   Total: &lt;b&gt;RM2.26M–3.07M&lt;/b&gt; (18.9%–25.6% of RM12M)   │   within 25% cap (top of band 25.6%)   │   36-mo: &lt;b&gt;RM5.7M–7.7M&lt;/b&gt;&lt;/font&gt;" vertex="1">
          <mxGeometry height="48" width="2090" x="100" y="1052" as="geometry" />
        </mxCell>
        <mxCell id="Z_cIRzkNHb6JCueCwrIl-14" edge="1" parent="1" source="bu_head" style="edgeStyle=orthogonalEdgeStyle;rounded=0;orthogonalLoop=1;jettySize=auto;html=1;entryX=0.553;entryY=0;entryDx=0;entryDy=0;entryPerimeter=0;" target="sales_box">
          <mxGeometry relative="1" as="geometry" />
        </mxCell>
      </root>
    </mxGraphModel>
  </diagram>
</mxfile>
